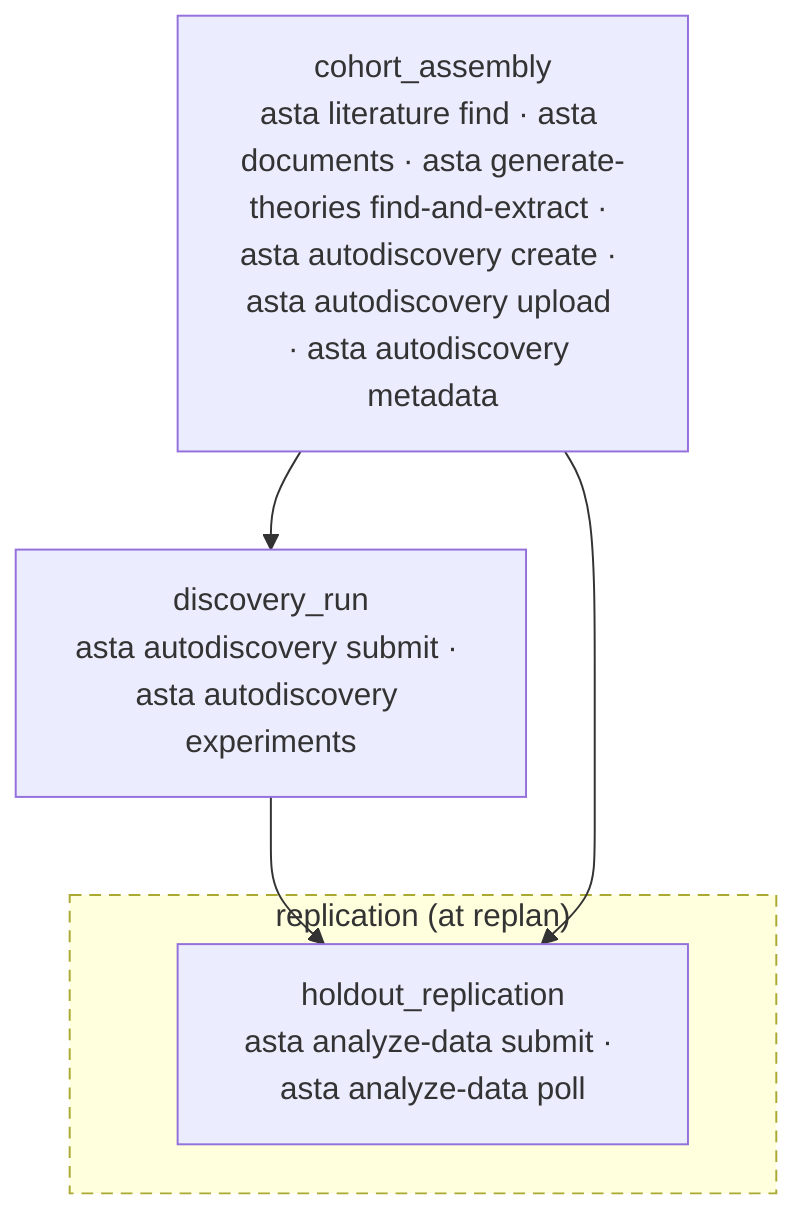
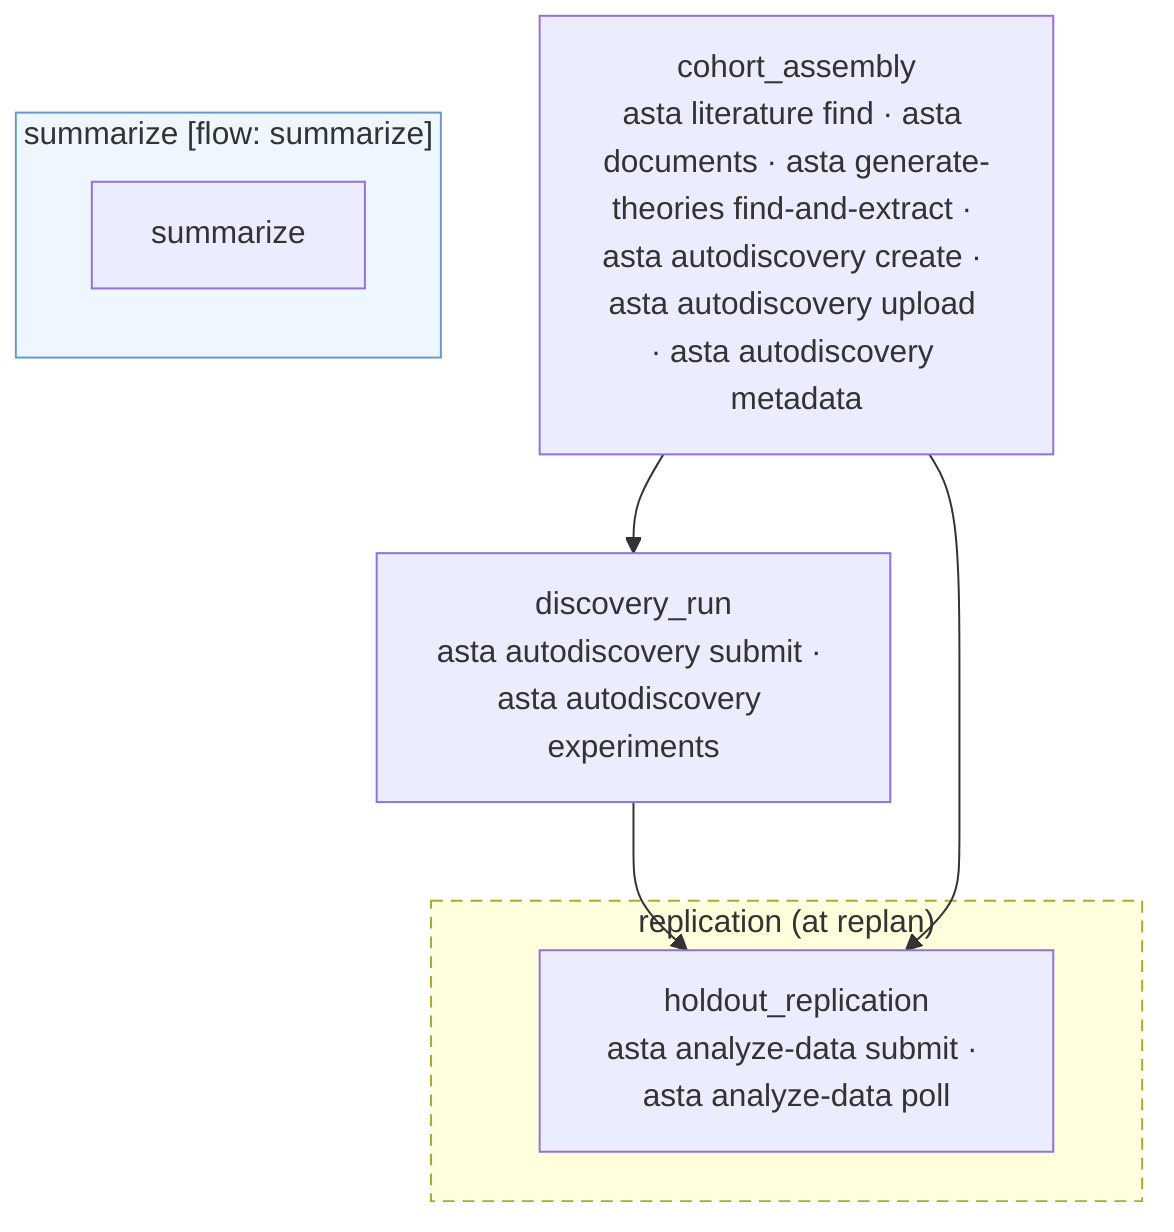
%% auto_discovery — generated by scripts/compile-schemas.py from assets/schemas.yaml; do not edit
%% solid arrows: input wiring · dashed: inputs satisfied outside this flow
flowchart TD
  classDef replan stroke-dasharray: 6 4
  classDef embed fill:#eef6ff,stroke:#6699cc
  classDef external stroke-dasharray: 3 3,color:#888888
  cohort_assembly["cohort_assembly<br/>asta literature find · asta documents · asta generate-theories find-and-extract · asta autodiscovery create · asta autodiscovery upload · asta autodiscovery metadata"]
  discovery_run["discovery_run<br/>asta autodiscovery submit · asta autodiscovery experiments"]
  subgraph replication["replication (at replan)"]
    replication__holdout_replication["holdout_replication<br/>asta analyze-data submit · asta analyze-data poll"]
  end
  class replication replan
+   subgraph summarize["summarize [flow: summarize]"]
+     summarize__summarize["summarize"]
+   end
+   class summarize embed
  cohort_assembly --> discovery_run
  discovery_run --> replication__holdout_replication
  cohort_assembly --> replication__holdout_replication
